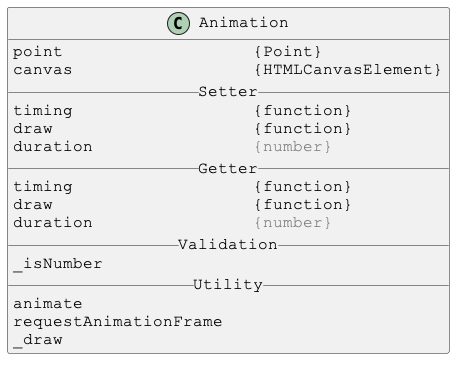
Before: docs/PlantUml/images/Animation.png, a diagram exported from PlantUML (Justin-Byrne/canvasLab).
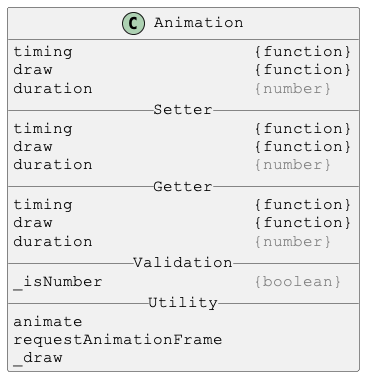
The same file after the commit.

The edit, as a diff of the source:
```diff
@@ -4,8 +4,9 @@
 skinparam DefaultFontName Courier New
 
 class Animation {
-point                   {Point}
-canvas                  {HTMLCanvasElement}
+timing                  {function}
+draw                    {function}
+duration                <color:gray>{number}</color>
 __ Setter __
 timing                  {function}
 draw                    {function}
@@ -15,7 +16,7 @@
 draw                    {function}
 duration                <color:gray>{number}</color>
 __ Validation __
-_isNumber
+_isNumber               <color:gray>{boolean}</color>
 __ Utility __
 animate
 requestAnimationFrame
```
